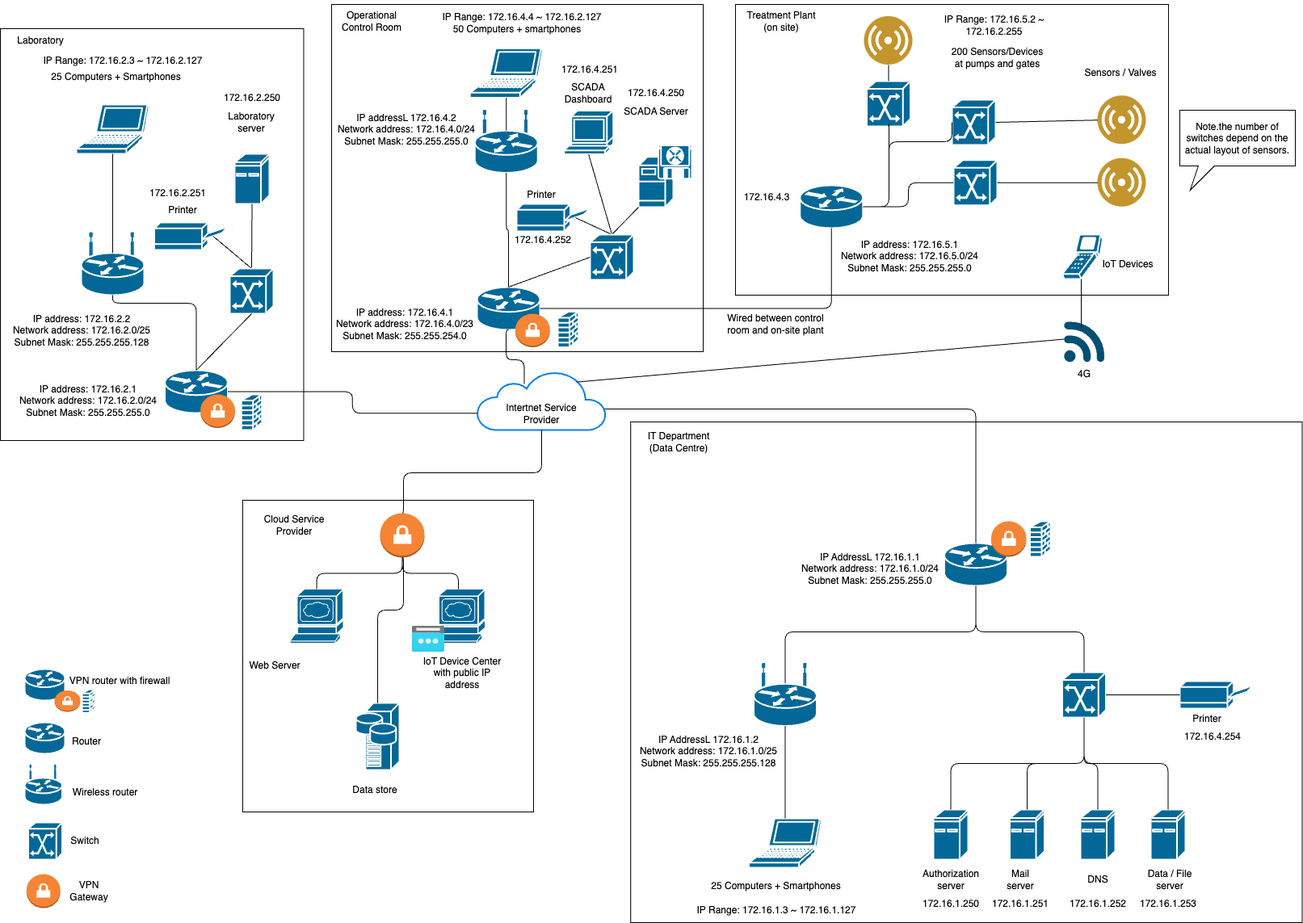
JinIgarashi/york-cs-ai-online keeps this draw.io diagram as camn/summative/network_design.png. Above is the earlier version. Source tidied: cells renumbered, new cells last; positions are measured from the earlier drawing's top-left corner, leaving out a move shared by most shapes.
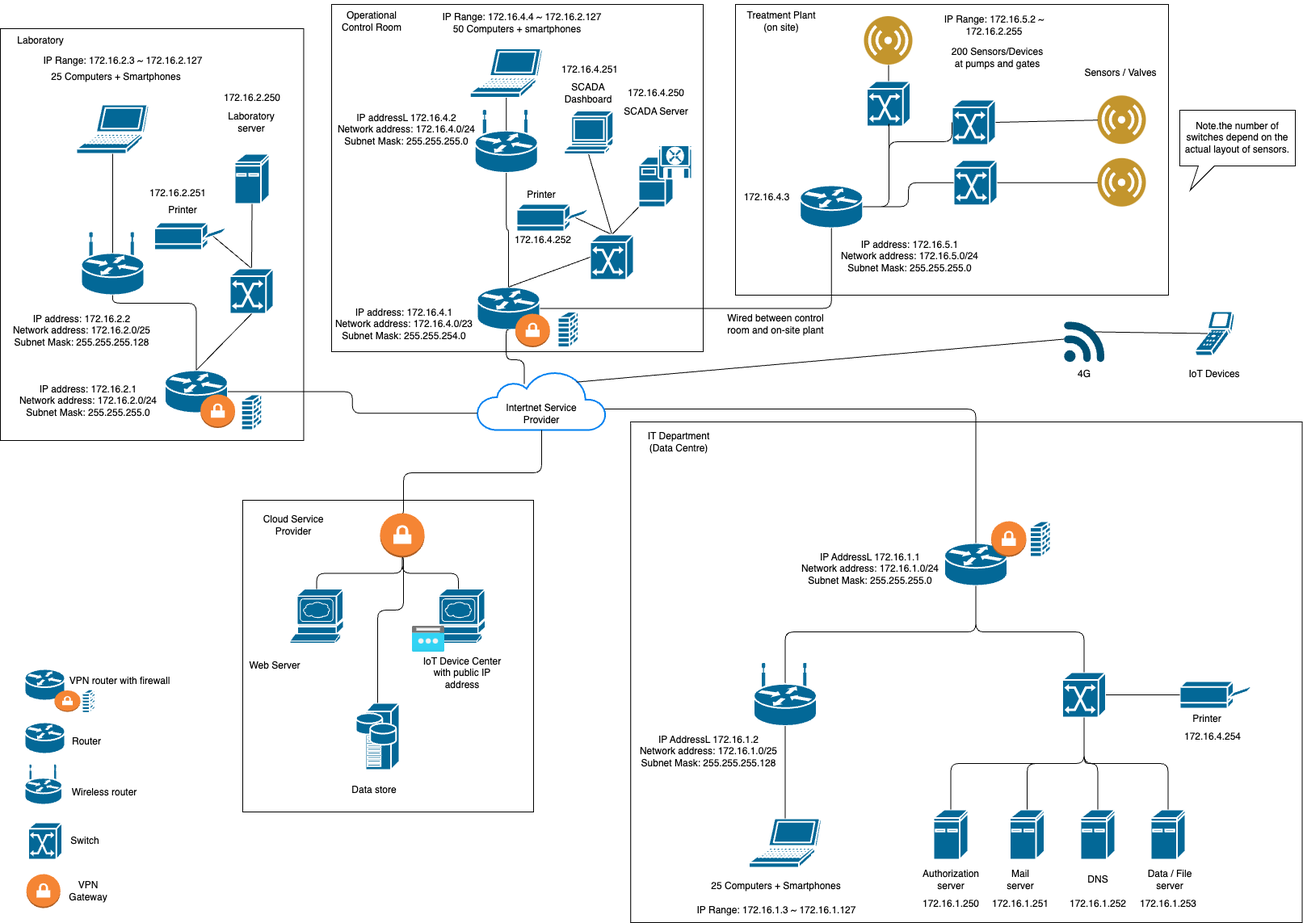
The same diagram one commit later.

Change to the diagram source:
```diff
@@ -148,10 +148,10 @@
       <mxGeometry x="534" y="728" width="66" height="67" as="geometry" />
     </mxCell>
     <mxCell id="47" style="shape=mxgraph.cisco.computers_and_peripherals.scanner;sketch=0;html=1;dashed=0;fillColor=#036897;strokeColor=#ffffff;strokeWidth=2;verticalLabelPosition=bottom;verticalAlign=top;align=center;outlineConnect=0;" parent="1" vertex="1">
-      <mxGeometry x="1314.5" y="289" width="50" height="55" as="geometry" />
+      <mxGeometry x="1478" y="384" width="50" height="55" as="geometry" />
     </mxCell>
     <mxCell id="48" value="IoT Devices" style="text;html=1;strokeColor=none;fillColor=none;align=center;verticalAlign=middle;whiteSpace=wrap;rounded=0;" parent="1" vertex="1">
-      <mxGeometry x="1346" y="310.8" width="100" height="30" as="geometry" />
+      <mxGeometry x="1453" y="447" width="100" height="30" as="geometry" />
     </mxCell>
     <mxCell id="49" style="group;" parent="1" vertex="1">
       <mxGeometry x="590" y="458" width="160" height="73" as="geometry" />
@@ -332,7 +332,7 @@
     <mxCell id="99" value="4G" style="text;html=1;strokeColor=none;fillColor=none;align=center;verticalAlign=middle;whiteSpace=wrap;rounded=0;" parent="1" vertex="1">
       <mxGeometry x="1305.8" y="447" width="71.5" height="30" as="geometry" />
     </mxCell>
-    <mxCell id="100" style="endArrow=none;html=1;elbow=vertical;entryX=0.47;entryY=1;entryDx=0;entryDy=0;entryPerimeter=0;exitX=0.43;exitY=0.14;exitDx=0;exitDy=0;exitPerimeter=0;" parent="1" edge="1" source="98" target="47">
+    <mxCell id="100" style="endArrow=none;html=1;elbow=vertical;entryX=0.33;entryY=0.5;entryDx=0;entryDy=0;entryPerimeter=0;exitX=0.76;exitY=0.25;exitDx=0;exitDy=0;exitPerimeter=0;" parent="1" edge="1" source="98" target="47">
       <mxGeometry relative="1" as="geometry" />
     </mxCell>
     <mxCell id="101" style="endArrow=none;html=1;elbow=vertical;entryX=0.005;entryY=0.43;entryDx=0;entryDy=0;entryPerimeter=0;exitX=0.769;exitY=0.187;exitDx=0;exitDy=0;exitPerimeter=0;" parent="1" edge="1" source="50" target="98">
```
